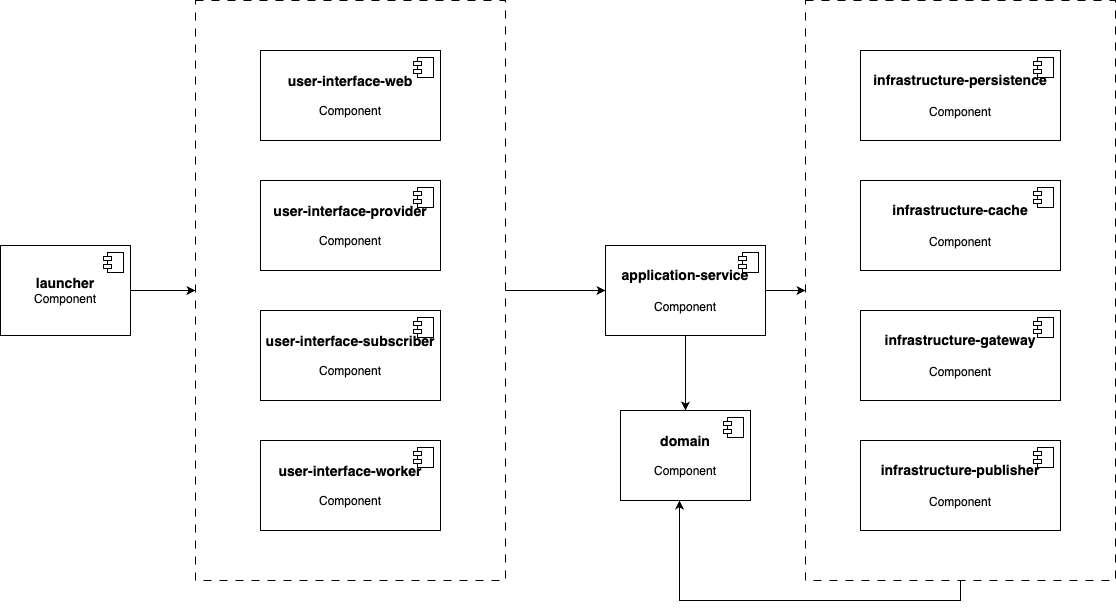
The draw.io diagram assets/ddd-layout.png in hedon-go-road/ddd-archetype-go, before a commit. Source tidied: cells renumbered, new cells last; positions are measured from the earlier drawing's top-left corner, leaving out a move shared by most shapes.
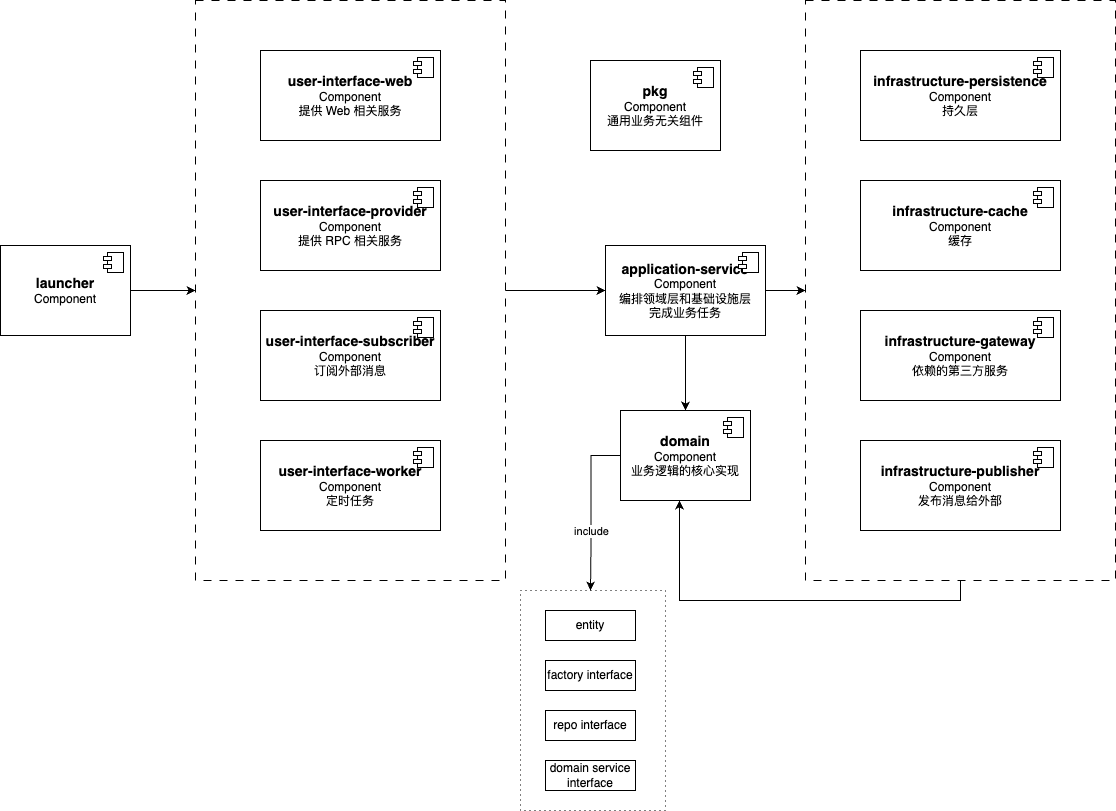
The same file after the commit.

What changed in the source:
```diff
@@ -2,119 +2,157 @@
   <root>
     <mxCell id="0" />
     <mxCell id="1" parent="0" />
-    <mxCell id="2" style="rounded=0;whiteSpace=wrap;html=1;fillColor=none;dashed=1;dashPattern=8 8;" parent="1" vertex="1">
-      <mxGeometry x="805" width="310" height="580" as="geometry" />
-    </mxCell>
-    <mxCell id="3" style="edgeStyle=orthogonalEdgeStyle;rounded=0;jettySize=auto;html=1;" parent="1" edge="1" source="4" target="18">
-      <mxGeometry relative="1" as="geometry" />
-    </mxCell>
-    <mxCell id="4" style="rounded=0;whiteSpace=wrap;html=1;fillColor=none;dashed=1;dashPattern=8 8;" parent="1" vertex="1">
-      <mxGeometry x="195" width="310" height="580" as="geometry" />
-    </mxCell>
-    <mxCell id="5" style="edgeStyle=orthogonalEdgeStyle;rounded=0;jettySize=auto;html=1;" parent="1" edge="1" source="6" target="4">
-      <mxGeometry relative="1" as="geometry" />
-    </mxCell>
+    <mxCell id="31" style="rounded=0;whiteSpace=wrap;html=1;fillColor=none;dashed=1;dashPattern=1 4;" parent="1" vertex="1">
+      <mxGeometry x="520" y="590" width="145" height="220" as="geometry" />
+    </mxCell>
+    <mxCell id="32" style="rounded=0;whiteSpace=wrap;html=1;fillColor=none;dashed=1;dashPattern=8 8;" parent="1" vertex="1">
+      <mxGeometry x="805" width="310" height="580" as="geometry" />
+    </mxCell>
+    <mxCell id="33" style="edgeStyle=orthogonalEdgeStyle;rounded=0;jettySize=auto;html=1;" parent="1" edge="1" source="34" target="47">
+      <mxGeometry relative="1" as="geometry" />
+    </mxCell>
+    <mxCell id="34" style="rounded=0;whiteSpace=wrap;html=1;fillColor=none;dashed=1;dashPattern=8 8;" parent="1" vertex="1">
+      <mxGeometry x="195" width="310" height="580" as="geometry" />
+    </mxCell>
+    <mxCell id="35" style="edgeStyle=orthogonalEdgeStyle;rounded=0;jettySize=auto;html=1;" parent="1" edge="1" source="6" target="34">
+      <mxGeometry relative="1" as="geometry" />
+    </mxCell>
     <mxCell id="6" value="&lt;div&gt;&lt;b&gt;&lt;font style=&quot;font-size: 14px;&quot;&gt;launcher&lt;/font&gt;&lt;/b&gt;&lt;/div&gt;Component" style="html=1;whiteSpace=wrap;" parent="1" vertex="1">
       <mxGeometry y="245" width="130" height="90" as="geometry" />
     </mxCell>
-    <mxCell id="7" style="shape=module;jettyWidth=8;jettyHeight=4;" parent="6" vertex="1">
-      <mxGeometry x="1" width="20" height="20" relative="1" as="geometry">
-        <mxPoint x="-27" y="7" as="offset" />
-      </mxGeometry>
-    </mxCell>
-    <mxCell id="8" value="&lt;div&gt;&lt;b&gt;&lt;font style=&quot;font-size: 14px;&quot;&gt;user-interface-web&lt;/font&gt;&lt;/b&gt;&lt;/div&gt;&lt;div&gt;&lt;b&gt;&lt;br&gt;&lt;/b&gt;&lt;/div&gt;Component" style="html=1;whiteSpace=wrap;" parent="1" vertex="1">
-      <mxGeometry x="260" y="50" width="180" height="90" as="geometry" />
-    </mxCell>
-    <mxCell id="9" style="shape=module;jettyWidth=8;jettyHeight=4;" parent="8" vertex="1">
-      <mxGeometry x="1" width="20" height="20" relative="1" as="geometry">
-        <mxPoint x="-27" y="7" as="offset" />
-      </mxGeometry>
-    </mxCell>
-    <mxCell id="10" value="&lt;div&gt;&lt;b&gt;&lt;font style=&quot;font-size: 14px;&quot;&gt;user-interface-provider&lt;/font&gt;&lt;/b&gt;&lt;/div&gt;&lt;div&gt;&lt;b&gt;&lt;br&gt;&lt;/b&gt;&lt;/div&gt;Component" style="html=1;whiteSpace=wrap;" parent="1" vertex="1">
-      <mxGeometry x="260" y="180" width="180" height="90" as="geometry" />
-    </mxCell>
-    <mxCell id="11" style="shape=module;jettyWidth=8;jettyHeight=4;" parent="10" vertex="1">
-      <mxGeometry x="1" width="20" height="20" relative="1" as="geometry">
-        <mxPoint x="-27" y="7" as="offset" />
-      </mxGeometry>
-    </mxCell>
-    <mxCell id="12" value="&lt;div&gt;&lt;b&gt;&lt;font style=&quot;font-size: 14px;&quot;&gt;user-interface-subscriber&lt;/font&gt;&lt;/b&gt;&lt;/div&gt;&lt;div&gt;&lt;b&gt;&lt;br&gt;&lt;/b&gt;&lt;/div&gt;Component" style="html=1;whiteSpace=wrap;" parent="1" vertex="1">
-      <mxGeometry x="260" y="310" width="180" height="90" as="geometry" />
-    </mxCell>
-    <mxCell id="13" style="shape=module;jettyWidth=8;jettyHeight=4;" parent="12" vertex="1">
-      <mxGeometry x="1" width="20" height="20" relative="1" as="geometry">
-        <mxPoint x="-27" y="7" as="offset" />
-      </mxGeometry>
-    </mxCell>
-    <mxCell id="14" value="&lt;div&gt;&lt;b&gt;&lt;font style=&quot;font-size: 14px;&quot;&gt;user-interface-worker&lt;/font&gt;&lt;/b&gt;&lt;/div&gt;&lt;div&gt;&lt;b&gt;&lt;br&gt;&lt;/b&gt;&lt;/div&gt;Component" style="html=1;whiteSpace=wrap;" parent="1" vertex="1">
-      <mxGeometry x="260" y="440" width="180" height="90" as="geometry" />
-    </mxCell>
-    <mxCell id="15" style="shape=module;jettyWidth=8;jettyHeight=4;" parent="14" vertex="1">
-      <mxGeometry x="1" width="20" height="20" relative="1" as="geometry">
-        <mxPoint x="-27" y="7" as="offset" />
-      </mxGeometry>
-    </mxCell>
-    <mxCell id="16" style="edgeStyle=orthogonalEdgeStyle;rounded=0;jettySize=auto;html=1;" parent="1" edge="1" source="18" target="2">
-      <mxGeometry relative="1" as="geometry" />
-    </mxCell>
-    <mxCell id="17" style="edgeStyle=orthogonalEdgeStyle;rounded=0;jettySize=auto;html=1;entryX=0.5;entryY=0;entryDx=0;entryDy=0;" parent="1" edge="1" source="18" target="20">
-      <mxGeometry relative="1" as="geometry" />
-    </mxCell>
-    <mxCell id="18" value="&lt;div&gt;&lt;span style=&quot;font-size: 14px;&quot;&gt;&lt;b&gt;application-service&lt;/b&gt;&lt;/span&gt;&lt;/div&gt;&lt;div&gt;&lt;span style=&quot;font-size: 14px;&quot;&gt;&lt;b&gt;&lt;br&gt;&lt;/b&gt;&lt;/span&gt;&lt;/div&gt;Component" style="html=1;whiteSpace=wrap;" parent="1" vertex="1">
-      <mxGeometry x="605" y="245" width="160" height="90" as="geometry" />
-    </mxCell>
-    <mxCell id="19" style="shape=module;jettyWidth=8;jettyHeight=4;" parent="18" vertex="1">
-      <mxGeometry x="1" width="20" height="20" relative="1" as="geometry">
-        <mxPoint x="-27" y="7" as="offset" />
-      </mxGeometry>
-    </mxCell>
-    <mxCell id="20" value="&lt;div&gt;&lt;b&gt;&lt;font style=&quot;font-size: 14px;&quot;&gt;domain&lt;/font&gt;&lt;/b&gt;&lt;/div&gt;&lt;div&gt;&lt;b&gt;&lt;br&gt;&lt;/b&gt;&lt;/div&gt;Component" style="html=1;whiteSpace=wrap;" parent="1" vertex="1">
-      <mxGeometry x="620" y="410" width="130" height="90" as="geometry" />
-    </mxCell>
-    <mxCell id="21" style="shape=module;jettyWidth=8;jettyHeight=4;" parent="20" vertex="1">
-      <mxGeometry x="1" width="20" height="20" relative="1" as="geometry">
-        <mxPoint x="-27" y="7" as="offset" />
-      </mxGeometry>
-    </mxCell>
-    <mxCell id="22" value="&lt;div&gt;&lt;span style=&quot;font-size: 14px;&quot;&gt;&lt;b&gt;infrastructure-persistence&lt;/b&gt;&lt;/span&gt;&lt;/div&gt;&lt;div&gt;&lt;span style=&quot;font-size: 14px;&quot;&gt;&lt;b&gt;&lt;br&gt;&lt;/b&gt;&lt;/span&gt;&lt;/div&gt;Component" style="html=1;whiteSpace=wrap;" parent="1" vertex="1">
-      <mxGeometry x="860" y="50" width="200" height="90" as="geometry" />
-    </mxCell>
-    <mxCell id="23" style="shape=module;jettyWidth=8;jettyHeight=4;" parent="22" vertex="1">
-      <mxGeometry x="1" width="20" height="20" relative="1" as="geometry">
-        <mxPoint x="-27" y="7" as="offset" />
-      </mxGeometry>
-    </mxCell>
-    <mxCell id="24" value="&lt;div&gt;&lt;span style=&quot;font-size: 14px;&quot;&gt;&lt;b&gt;infrastructure-gateway&lt;/b&gt;&lt;/span&gt;&lt;/div&gt;&lt;div&gt;&lt;span style=&quot;font-size: 14px;&quot;&gt;&lt;b&gt;&lt;br&gt;&lt;/b&gt;&lt;/span&gt;&lt;/div&gt;Component" style="html=1;whiteSpace=wrap;" parent="1" vertex="1">
-      <mxGeometry x="860" y="310" width="200" height="90" as="geometry" />
-    </mxCell>
-    <mxCell id="25" style="shape=module;jettyWidth=8;jettyHeight=4;" parent="24" vertex="1">
-      <mxGeometry x="1" width="20" height="20" relative="1" as="geometry">
-        <mxPoint x="-27" y="7" as="offset" />
-      </mxGeometry>
-    </mxCell>
-    <mxCell id="26" value="&lt;div&gt;&lt;span style=&quot;font-size: 14px;&quot;&gt;&lt;b&gt;infrastructure-cache&lt;/b&gt;&lt;/span&gt;&lt;/div&gt;&lt;div&gt;&lt;span style=&quot;font-size: 14px;&quot;&gt;&lt;b&gt;&lt;br&gt;&lt;/b&gt;&lt;/span&gt;&lt;/div&gt;Component" style="html=1;whiteSpace=wrap;" parent="1" vertex="1">
-      <mxGeometry x="860" y="180" width="200" height="90" as="geometry" />
-    </mxCell>
-    <mxCell id="27" style="shape=module;jettyWidth=8;jettyHeight=4;" parent="26" vertex="1">
-      <mxGeometry x="1" width="20" height="20" relative="1" as="geometry">
-        <mxPoint x="-27" y="7" as="offset" />
-      </mxGeometry>
-    </mxCell>
-    <mxCell id="28" value="&lt;div&gt;&lt;span style=&quot;font-size: 14px;&quot;&gt;&lt;b&gt;infrastructure-publisher&lt;/b&gt;&lt;/span&gt;&lt;/div&gt;&lt;div&gt;&lt;span style=&quot;font-size: 14px;&quot;&gt;&lt;b&gt;&lt;br&gt;&lt;/b&gt;&lt;/span&gt;&lt;/div&gt;Component" style="html=1;whiteSpace=wrap;" parent="1" vertex="1">
-      <mxGeometry x="860" y="440" width="200" height="90" as="geometry" />
-    </mxCell>
-    <mxCell id="29" style="shape=module;jettyWidth=8;jettyHeight=4;" parent="28" vertex="1">
-      <mxGeometry x="1" width="20" height="20" relative="1" as="geometry">
-        <mxPoint x="-27" y="7" as="offset" />
-      </mxGeometry>
-    </mxCell>
-    <mxCell id="30" style="edgeStyle=orthogonalEdgeStyle;rounded=0;jettySize=auto;html=1;entryX=0.454;entryY=1;entryDx=0;entryDy=0;entryPerimeter=0;" parent="1" edge="1" source="2" target="20">
-      <mxGeometry relative="1" as="geometry">
-        <Array as="points">
-          <mxPoint x="960" y="600" />
-          <mxPoint x="679" y="600" />
-        </Array>
-      </mxGeometry>
-    </mxCell>
+    <mxCell id="36" style="shape=module;jettyWidth=8;jettyHeight=4;" parent="6" vertex="1">
+      <mxGeometry x="1" width="20" height="20" relative="1" as="geometry">
+        <mxPoint x="-27" y="7" as="offset" />
+      </mxGeometry>
+    </mxCell>
+    <mxCell id="37" value="&lt;div&gt;&lt;b&gt;&lt;font style=&quot;font-size: 14px;&quot;&gt;user-interface-web&lt;/font&gt;&lt;/b&gt;&lt;/div&gt;Component&lt;div&gt;提供 Web 相关服务&lt;/div&gt;" style="html=1;whiteSpace=wrap;" parent="1" vertex="1">
+      <mxGeometry x="260" y="50" width="180" height="90" as="geometry" />
+    </mxCell>
+    <mxCell id="38" style="shape=module;jettyWidth=8;jettyHeight=4;" parent="37" vertex="1">
+      <mxGeometry x="1" width="20" height="20" relative="1" as="geometry">
+        <mxPoint x="-27" y="7" as="offset" />
+      </mxGeometry>
+    </mxCell>
+    <mxCell id="39" value="&lt;div&gt;&lt;b&gt;&lt;font style=&quot;font-size: 14px;&quot;&gt;user-interface-provider&lt;/font&gt;&lt;/b&gt;&lt;/div&gt;Component&lt;div&gt;提供 RPC 相关服务&lt;/div&gt;" style="html=1;whiteSpace=wrap;" parent="1" vertex="1">
+      <mxGeometry x="260" y="180" width="180" height="90" as="geometry" />
+    </mxCell>
+    <mxCell id="40" style="shape=module;jettyWidth=8;jettyHeight=4;" parent="39" vertex="1">
+      <mxGeometry x="1" width="20" height="20" relative="1" as="geometry">
+        <mxPoint x="-27" y="7" as="offset" />
+      </mxGeometry>
+    </mxCell>
+    <mxCell id="41" value="&lt;div&gt;&lt;b&gt;&lt;font style=&quot;font-size: 14px;&quot;&gt;user-interface-subscriber&lt;/font&gt;&lt;/b&gt;&lt;/div&gt;Component&lt;div&gt;订阅外部消息&lt;/div&gt;" style="html=1;whiteSpace=wrap;" parent="1" vertex="1">
+      <mxGeometry x="260" y="310" width="180" height="90" as="geometry" />
+    </mxCell>
+    <mxCell id="42" style="shape=module;jettyWidth=8;jettyHeight=4;" parent="41" vertex="1">
+      <mxGeometry x="1" width="20" height="20" relative="1" as="geometry">
+        <mxPoint x="-27" y="7" as="offset" />
+      </mxGeometry>
+    </mxCell>
+    <mxCell id="43" value="&lt;div&gt;&lt;b&gt;&lt;font style=&quot;font-size: 14px;&quot;&gt;user-interface-worker&lt;/font&gt;&lt;/b&gt;&lt;/div&gt;Component&lt;div&gt;定时任务&lt;/div&gt;" style="html=1;whiteSpace=wrap;" parent="1" vertex="1">
+      <mxGeometry x="260" y="440" width="180" height="90" as="geometry" />
+    </mxCell>
+    <mxCell id="44" style="shape=module;jettyWidth=8;jettyHeight=4;" parent="43" vertex="1">
+      <mxGeometry x="1" width="20" height="20" relative="1" as="geometry">
+        <mxPoint x="-27" y="7" as="offset" />
+      </mxGeometry>
+    </mxCell>
+    <mxCell id="45" style="edgeStyle=orthogonalEdgeStyle;rounded=0;jettySize=auto;html=1;" parent="1" edge="1" source="47" target="32">
+      <mxGeometry relative="1" as="geometry" />
+    </mxCell>
+    <mxCell id="46" style="edgeStyle=orthogonalEdgeStyle;rounded=0;jettySize=auto;html=1;entryX=0.5;entryY=0;entryDx=0;entryDy=0;" parent="1" edge="1" source="47" target="51">
+      <mxGeometry relative="1" as="geometry" />
+    </mxCell>
+    <mxCell id="47" value="&lt;div&gt;&lt;span style=&quot;font-size: 14px;&quot;&gt;&lt;b&gt;application-service&lt;/b&gt;&lt;/span&gt;&lt;/div&gt;Component&lt;div&gt;编排领域层和基础设施层&lt;/div&gt;&lt;div&gt;完成业务任务&lt;/div&gt;" style="html=1;whiteSpace=wrap;" parent="1" vertex="1">
+      <mxGeometry x="605" y="245" width="160" height="90" as="geometry" />
+    </mxCell>
+    <mxCell id="48" style="shape=module;jettyWidth=8;jettyHeight=4;" parent="47" vertex="1">
+      <mxGeometry x="1" width="20" height="20" relative="1" as="geometry">
+        <mxPoint x="-27" y="7" as="offset" />
+      </mxGeometry>
+    </mxCell>
+    <mxCell id="49" style="edgeStyle=orthogonalEdgeStyle;rounded=0;orthogonalLoop=1;jettySize=auto;html=1;entryX=0.5;entryY=0;entryDx=0;entryDy=0;" parent="1" edge="1">
+      <mxGeometry relative="1" as="geometry">
+        <mxPoint x="632.5" y="455" as="sourcePoint" />
+        <mxPoint x="590" y="590" as="targetPoint" />
+        <Array as="points">
+          <mxPoint x="590.5" y="455" />
+          <mxPoint x="590.5" y="545" />
+        </Array>
+      </mxGeometry>
+    </mxCell>
+    <mxCell id="50" value="include" style="edgeLabel;html=1;align=center;verticalAlign=middle;" parent="49" vertex="1">
+      <mxGeometry x="0.38" y="3" relative="1" as="geometry">
+        <mxPoint x="-3" y="-5" as="offset" />
+      </mxGeometry>
+    </mxCell>
+    <mxCell id="51" value="&lt;div&gt;&lt;b&gt;&lt;font style=&quot;font-size: 14px;&quot;&gt;domain&lt;/font&gt;&lt;/b&gt;&lt;/div&gt;Component&lt;div&gt;业务逻辑的核心实现&lt;/div&gt;" style="html=1;whiteSpace=wrap;" parent="1" vertex="1">
+      <mxGeometry x="620" y="410" width="130" height="90" as="geometry" />
+    </mxCell>
+    <mxCell id="52" style="shape=module;jettyWidth=8;jettyHeight=4;" parent="51" vertex="1">
+      <mxGeometry x="1" width="20" height="20" relative="1" as="geometry">
+        <mxPoint x="-27" y="7" as="offset" />
+      </mxGeometry>
+    </mxCell>
+    <mxCell id="53" value="&lt;div&gt;&lt;span style=&quot;font-size: 14px;&quot;&gt;&lt;b&gt;infrastructure-persistence&lt;/b&gt;&lt;/span&gt;&lt;/div&gt;Component&lt;div&gt;持久层&lt;/div&gt;" style="html=1;whiteSpace=wrap;" parent="1" vertex="1">
+      <mxGeometry x="860" y="50" width="200" height="90" as="geometry" />
+    </mxCell>
+    <mxCell id="54" style="shape=module;jettyWidth=8;jettyHeight=4;" parent="53" vertex="1">
+      <mxGeometry x="1" width="20" height="20" relative="1" as="geometry">
+        <mxPoint x="-27" y="7" as="offset" />
+      </mxGeometry>
+    </mxCell>
+    <mxCell id="55" value="&lt;div&gt;&lt;span style=&quot;font-size: 14px;&quot;&gt;&lt;b&gt;infrastructure-gateway&lt;/b&gt;&lt;/span&gt;&lt;/div&gt;Component&lt;div&gt;依赖的第三方服务&lt;/div&gt;" style="html=1;whiteSpace=wrap;" parent="1" vertex="1">
+      <mxGeometry x="860" y="310" width="200" height="90" as="geometry" />
+    </mxCell>
+    <mxCell id="56" style="shape=module;jettyWidth=8;jettyHeight=4;" parent="55" vertex="1">
+      <mxGeometry x="1" width="20" height="20" relative="1" as="geometry">
+        <mxPoint x="-27" y="7" as="offset" />
+      </mxGeometry>
+    </mxCell>
+    <mxCell id="57" value="&lt;div&gt;&lt;span style=&quot;font-size: 14px;&quot;&gt;&lt;b&gt;infrastructure-cache&lt;/b&gt;&lt;/span&gt;&lt;/div&gt;Component&lt;div&gt;缓存&lt;/div&gt;" style="html=1;whiteSpace=wrap;" parent="1" vertex="1">
+      <mxGeometry x="860" y="180" width="200" height="90" as="geometry" />
+    </mxCell>
+    <mxCell id="58" style="shape=module;jettyWidth=8;jettyHeight=4;" parent="57" vertex="1">
+      <mxGeometry x="1" width="20" height="20" relative="1" as="geometry">
+        <mxPoint x="-27" y="7" as="offset" />
+      </mxGeometry>
+    </mxCell>
+    <mxCell id="59" value="&lt;div&gt;&lt;span style=&quot;font-size: 14px;&quot;&gt;&lt;b&gt;infrastructure-publisher&lt;/b&gt;&lt;/span&gt;&lt;/div&gt;Component&lt;div&gt;发布消息给外部&lt;/div&gt;" style="html=1;whiteSpace=wrap;" parent="1" vertex="1">
+      <mxGeometry x="860" y="440" width="200" height="90" as="geometry" />
+    </mxCell>
+    <mxCell id="60" style="shape=module;jettyWidth=8;jettyHeight=4;" parent="59" vertex="1">
+      <mxGeometry x="1" width="20" height="20" relative="1" as="geometry">
+        <mxPoint x="-27" y="7" as="offset" />
+      </mxGeometry>
+    </mxCell>
+    <mxCell id="61" style="edgeStyle=orthogonalEdgeStyle;rounded=0;jettySize=auto;html=1;entryX=0.454;entryY=1;entryDx=0;entryDy=0;entryPerimeter=0;" parent="1" edge="1" source="32" target="51">
+      <mxGeometry relative="1" as="geometry">
+        <Array as="points">
+          <mxPoint x="960" y="600" />
+          <mxPoint x="679" y="600" />
+        </Array>
+      </mxGeometry>
+    </mxCell>
+    <mxCell id="62" value="&lt;div&gt;&lt;span style=&quot;font-size: 14px;&quot;&gt;&lt;b&gt;pkg&lt;/b&gt;&lt;/span&gt;&lt;/div&gt;Component&lt;div&gt;通用业务无关组件&lt;/div&gt;" style="html=1;whiteSpace=wrap;" parent="1" vertex="1">
+      <mxGeometry x="590" y="60" width="130" height="90" as="geometry" />
+    </mxCell>
+    <mxCell id="63" style="shape=module;jettyWidth=8;jettyHeight=4;" parent="62" vertex="1">
+      <mxGeometry x="1" width="20" height="20" relative="1" as="geometry">
+        <mxPoint x="-27" y="7" as="offset" />
+      </mxGeometry>
+    </mxCell>
+    <mxCell id="64" value="entity" style="rounded=0;whiteSpace=wrap;html=1;" parent="1" vertex="1">
+      <mxGeometry x="545" y="610" width="90" height="30" as="geometry" />
+    </mxCell>
+    <mxCell id="65" value="factory interface" style="rounded=0;whiteSpace=wrap;html=1;" parent="1" vertex="1">
+      <mxGeometry x="545" y="660" width="90" height="30" as="geometry" />
+    </mxCell>
+    <mxCell id="66" value="repo interface" style="rounded=0;whiteSpace=wrap;html=1;" parent="1" vertex="1">
+      <mxGeometry x="545" y="710" width="90" height="30" as="geometry" />
+    </mxCell>
+    <mxCell id="67" value="domain service&lt;div&gt;interface&lt;/div&gt;" style="rounded=0;whiteSpace=wrap;html=1;" parent="1" vertex="1">
+      <mxGeometry x="545" y="760" width="90" height="30" as="geometry" />
+    </mxCell>
   </root>
 </mxGraphModel>
```
